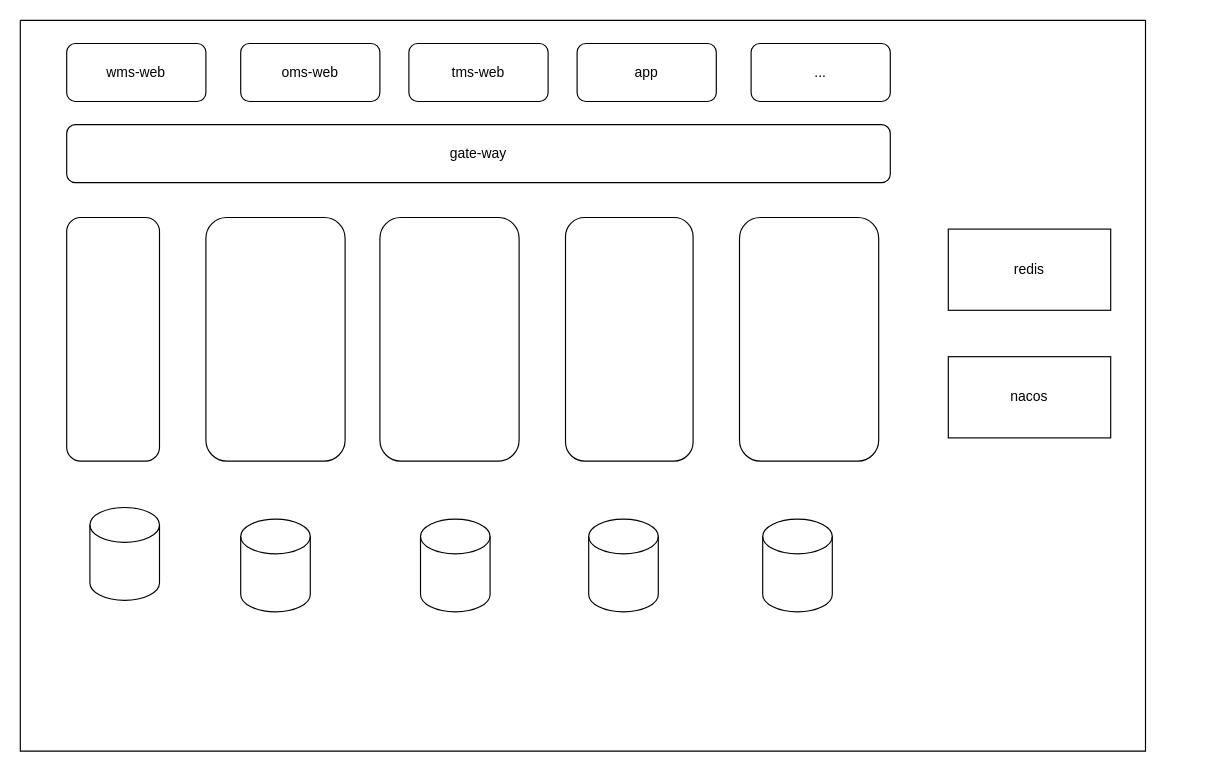
The draw.io diagram Untitled Diagram.drawio in coding-now/awesome-architecture, before the edit. Source tidied: cells renumbered, new cells numbered last; positions are measured from the earlier drawing's top-left corner, leaving out a move shared by most shapes. Both pictures are drawn from the tidied source at 116%, with x=0, y=0 at pixel (20, 20).
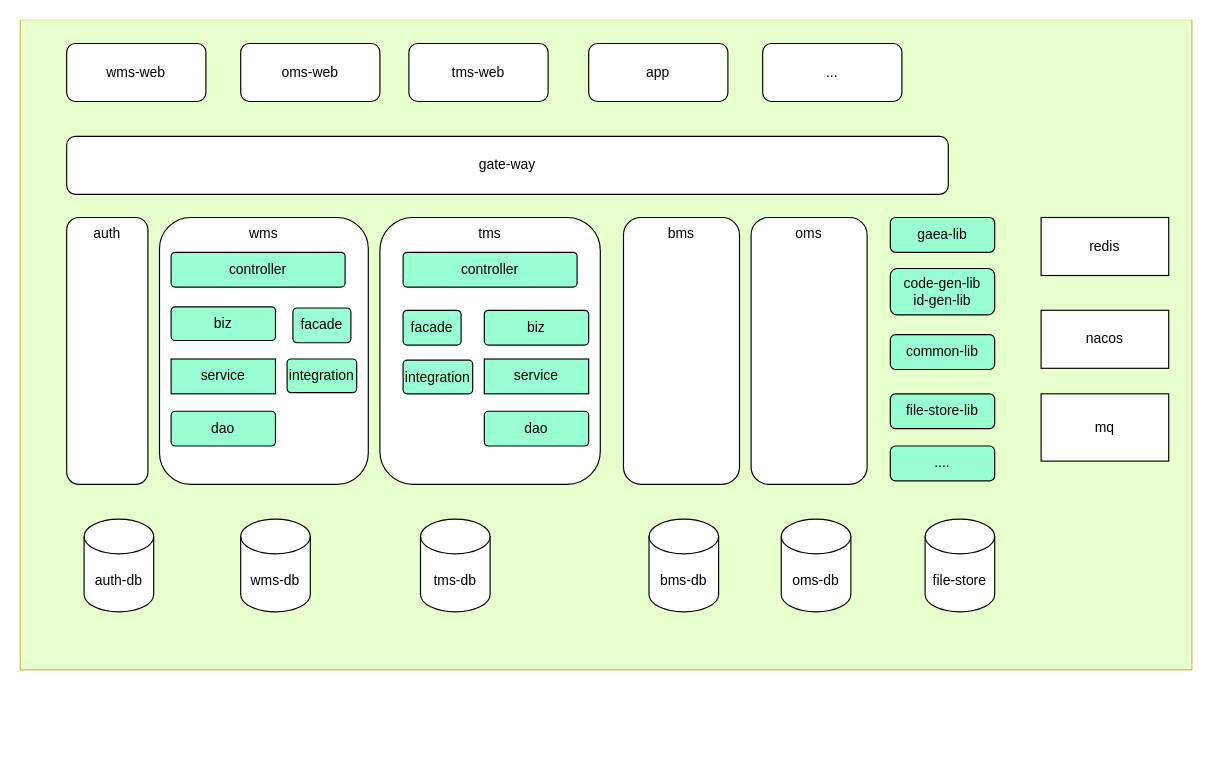
After the change.

Change to the diagram source:
```diff
@@
-    <mxCell id="2" style="swimlane;startSize=0;" parent="1" vertex="1">
-      <mxGeometry width="970" height="630" as="geometry" />
+    <mxCell id="2" style="swimlane;startSize=0;fillColor=#fff2cc;strokeColor=#d6b656;labelBackgroundColor=#FFFFFF;labelBorderColor=none;perimeterSpacing=1;swimlaneFillColor=#E6FFCC;swimlaneLine=0;" parent="1" vertex="1">
+      <mxGeometry width="1010" height="560" as="geometry" />
     </mxCell>
@@
-    <mxCell id="4" style="shape=cylinder3;whiteSpace=wrap;html=1;boundedLbl=1;backgroundOutline=1;size=15;" parent="2" vertex="1">
+    <mxCell id="4" value="tms-db" style="shape=cylinder3;whiteSpace=wrap;html=1;boundedLbl=1;backgroundOutline=1;size=15;" parent="2" vertex="1">
       <mxGeometry x="345" y="430" width="60" height="80" as="geometry" />
     </mxCell>
-    <mxCell id="5" style="shape=cylinder3;whiteSpace=wrap;html=1;boundedLbl=1;backgroundOutline=1;size=15;" parent="2" vertex="1">
+    <mxCell id="5" value="wms-db" style="shape=cylinder3;whiteSpace=wrap;html=1;boundedLbl=1;backgroundOutline=1;size=15;" parent="2" vertex="1">
       <mxGeometry x="190" y="430" width="60" height="80" as="geometry" />
     </mxCell>
-    <mxCell id="6" style="shape=cylinder3;whiteSpace=wrap;html=1;boundedLbl=1;backgroundOutline=1;size=15;" parent="2" vertex="1">
-      <mxGeometry x="60" y="420" width="60" height="80" as="geometry" />
+    <mxCell id="6" value="auth-db" style="shape=cylinder3;whiteSpace=wrap;html=1;boundedLbl=1;backgroundOutline=1;size=15;" parent="2" vertex="1">
+      <mxGeometry x="55" y="430" width="60" height="80" as="geometry" />
     </mxCell>
-    <mxCell id="7" style="shape=cylinder3;whiteSpace=wrap;html=1;boundedLbl=1;backgroundOutline=1;size=15;" parent="2" vertex="1">
-      <mxGeometry x="490" y="430" width="60" height="80" as="geometry" />
+    <mxCell id="7" value="bms-db" style="shape=cylinder3;whiteSpace=wrap;html=1;boundedLbl=1;backgroundOutline=1;size=15;" parent="2" vertex="1">
+      <mxGeometry x="542" y="430" width="60" height="80" as="geometry" />
     </mxCell>
-    <mxCell id="8" style="shape=cylinder3;whiteSpace=wrap;html=1;boundedLbl=1;backgroundOutline=1;size=15;" parent="2" vertex="1">
-      <mxGeometry x="640" y="430" width="60" height="80" as="geometry" />
+    <mxCell id="8" value="oms-db" style="shape=cylinder3;whiteSpace=wrap;html=1;boundedLbl=1;backgroundOutline=1;size=15;" parent="2" vertex="1">
+      <mxGeometry x="656" y="430" width="60" height="80" as="geometry" />
     </mxCell>
-    <mxCell id="9" style="rounded=1;whiteSpace=wrap;html=1;" parent="2" vertex="1">
-      <mxGeometry x="160" y="170" width="120" height="210" as="geometry" />
+    <mxCell id="9" value="wms" style="rounded=1;whiteSpace=wrap;html=1;verticalAlign=top;" parent="2" vertex="1">
+      <mxGeometry x="120" y="170" width="180" height="230" as="geometry" />
     </mxCell>
-    <mxCell id="10" style="rounded=1;whiteSpace=wrap;html=1;" parent="2" vertex="1">
-      <mxGeometry x="310" y="170" width="120" height="210" as="geometry" />
+    <mxCell id="10" value="tms" style="rounded=1;whiteSpace=wrap;html=1;verticalAlign=top;" parent="2" vertex="1">
+      <mxGeometry x="310" y="170" width="190" height="230" as="geometry" />
     </mxCell>
-    <mxCell id="11" style="rounded=1;whiteSpace=wrap;html=1;" parent="2" vertex="1">
-      <mxGeometry x="470" y="170" width="110" height="210" as="geometry" />
+    <mxCell id="11" value="bms" style="rounded=1;whiteSpace=wrap;html=1;verticalAlign=top;" parent="2" vertex="1">
+      <mxGeometry x="520" y="170" width="100" height="230" as="geometry" />
     </mxCell>
     <mxCell id="12" value="redis" style="rounded=0;whiteSpace=wrap;html=1;" parent="2" vertex="1">
-      <mxGeometry x="800" y="180" width="140" height="70" as="geometry" />
+      <mxGeometry x="880" y="170" width="110" height="50" as="geometry" />
     </mxCell>
-    <mxCell id="13" style="rounded=1;whiteSpace=wrap;html=1;" parent="2" vertex="1">
-      <mxGeometry x="620" y="170" width="120" height="210" as="geometry" />
+    <mxCell id="13" value="oms" style="rounded=1;whiteSpace=wrap;html=1;verticalAlign=top;" parent="2" vertex="1">
+      <mxGeometry x="630" y="170" width="100" height="230" as="geometry" />
     </mxCell>
     <mxCell id="14" value="nacos" style="rounded=0;whiteSpace=wrap;html=1;" parent="2" vertex="1">
-      <mxGeometry x="800" y="290" width="140" height="70" as="geometry" />
+      <mxGeometry x="880" y="250" width="110" height="50" as="geometry" />
     </mxCell>
-    <mxCell id="15" style="rounded=1;whiteSpace=wrap;html=1;" parent="2" vertex="1">
-      <mxGeometry x="40" y="170" width="80" height="210" as="geometry" />
+    <mxCell id="15" value="auth" style="rounded=1;whiteSpace=wrap;html=1;verticalAlign=top;" parent="2" vertex="1">
+      <mxGeometry x="40" y="170" width="70" height="230" as="geometry" />
     </mxCell>
     <mxCell id="16" value="gate-way" style="rounded=1;whiteSpace=wrap;html=1;" parent="2" vertex="1">
-      <mxGeometry x="40" y="90" width="710" height="50" as="geometry" />
+      <mxGeometry x="40" y="100" width="760" height="50" as="geometry" />
     </mxCell>
@@
     <mxCell id="18" value="app" style="rounded=1;whiteSpace=wrap;html=1;" parent="2" vertex="1">
-      <mxGeometry x="480" y="20" width="120" height="50" as="geometry" />
+      <mxGeometry x="490" y="20" width="120" height="50" as="geometry" />
     </mxCell>
@@
     <mxCell id="20" value="..." style="rounded=1;whiteSpace=wrap;html=1;" parent="2" vertex="1">
-      <mxGeometry x="630" y="20" width="120" height="50" as="geometry" />
+      <mxGeometry x="640" y="20" width="120" height="50" as="geometry" />
     </mxCell>
+    <mxCell id="21" value="gaea-lib" style="rounded=1;whiteSpace=wrap;html=1;fillColor=#99FFD3;" parent="2" vertex="1">
+      <mxGeometry x="750" y="170" width="90" height="30" as="geometry" />
+    </mxCell>
+    <mxCell id="22" value="code-gen-lib&lt;br&gt;id-gen-lib" style="rounded=1;whiteSpace=wrap;html=1;fillColor=#99FFD3;" parent="2" vertex="1">
+      <mxGeometry x="750" y="214" width="90" height="40" as="geometry" />
+    </mxCell>
+    <mxCell id="23" value="common-lib" style="rounded=1;whiteSpace=wrap;html=1;fillColor=#99FFD3;" parent="2" vertex="1">
+      <mxGeometry x="750" y="271" width="90" height="30" as="geometry" />
+    </mxCell>
+    <mxCell id="24" value="file-store-lib" style="rounded=1;whiteSpace=wrap;html=1;fillColor=#99FFD3;" parent="2" vertex="1">
+      <mxGeometry x="750" y="322" width="90" height="30" as="geometry" />
+    </mxCell>
+    <mxCell id="25" value="file-store" style="shape=cylinder3;whiteSpace=wrap;html=1;boundedLbl=1;backgroundOutline=1;size=15;" parent="2" vertex="1">
+      <mxGeometry x="780" y="430" width="60" height="80" as="geometry" />
+    </mxCell>
+    <mxCell id="26" value="...." style="rounded=1;whiteSpace=wrap;html=1;fillColor=#99FFD3;" parent="2" vertex="1">
+      <mxGeometry x="750" y="367" width="90" height="30" as="geometry" />
+    </mxCell>
+    <mxCell id="27" value="mq" style="rounded=0;whiteSpace=wrap;html=1;" parent="2" vertex="1">
+      <mxGeometry x="880" y="322" width="110" height="58" as="geometry" />
+    </mxCell>
+    <mxCell id="28" value="controller" style="rounded=1;whiteSpace=wrap;html=1;fillColor=#99FFD3;arcSize=12;" parent="2" vertex="1">
+      <mxGeometry x="330" y="200" width="150" height="30" as="geometry" />
+    </mxCell>
+    <mxCell id="29" value="dao" style="rounded=1;whiteSpace=wrap;html=1;fillColor=#99FFD3;arcSize=12;" parent="2" vertex="1">
+      <mxGeometry x="400" y="337" width="90" height="30" as="geometry" />
+    </mxCell>
+    <mxCell id="30" value="service" style="rounded=1;whiteSpace=wrap;html=1;fillColor=#99FFD3;arcSize=0;" parent="2" vertex="1">
+      <mxGeometry x="400" y="292" width="90" height="30" as="geometry" />
+    </mxCell>
+    <mxCell id="31" value="biz" style="rounded=1;whiteSpace=wrap;html=1;fillColor=#99FFD3;arcSize=12;" parent="2" vertex="1">
+      <mxGeometry x="400" y="250" width="90" height="30" as="geometry" />
+    </mxCell>
+    <mxCell id="32" value="integration" style="rounded=1;whiteSpace=wrap;html=1;fillColor=#99FFD3;arcSize=12;" parent="2" vertex="1">
+      <mxGeometry x="330" y="293" width="60" height="29" as="geometry" />
+    </mxCell>
+    <mxCell id="33" value="controller" style="rounded=1;whiteSpace=wrap;html=1;fillColor=#99FFD3;arcSize=12;" parent="2" vertex="1">
+      <mxGeometry x="130" y="200" width="150" height="30" as="geometry" />
+    </mxCell>
+    <mxCell id="34" value="dao" style="rounded=1;whiteSpace=wrap;html=1;fillColor=#99FFD3;arcSize=12;" parent="2" vertex="1">
+      <mxGeometry x="130" y="337" width="90" height="30" as="geometry" />
+    </mxCell>
+    <mxCell id="35" value="service" style="rounded=1;whiteSpace=wrap;html=1;fillColor=#99FFD3;arcSize=0;" parent="2" vertex="1">
+      <mxGeometry x="130" y="292" width="90" height="30" as="geometry" />
+    </mxCell>
+    <mxCell id="36" value="biz" style="rounded=1;whiteSpace=wrap;html=1;fillColor=#99FFD3;arcSize=12;" parent="2" vertex="1">
+      <mxGeometry x="130" y="247" width="90" height="29" as="geometry" />
+    </mxCell>
+    <mxCell id="37" value="integration" style="rounded=1;whiteSpace=wrap;html=1;fillColor=#99FFD3;arcSize=12;" parent="2" vertex="1">
+      <mxGeometry x="230" y="292" width="60" height="29" as="geometry" />
+    </mxCell>
+    <mxCell id="38" value="facade" style="rounded=1;whiteSpace=wrap;html=1;fillColor=#99FFD3;arcSize=12;" parent="2" vertex="1">
+      <mxGeometry x="235" y="248" width="50" height="30" as="geometry" />
+    </mxCell>
+    <mxCell id="39" value="facade" style="rounded=1;whiteSpace=wrap;html=1;fillColor=#99FFD3;arcSize=12;" parent="2" vertex="1">
+      <mxGeometry x="330" y="250" width="50" height="30" as="geometry" />
+    </mxCell>
```
